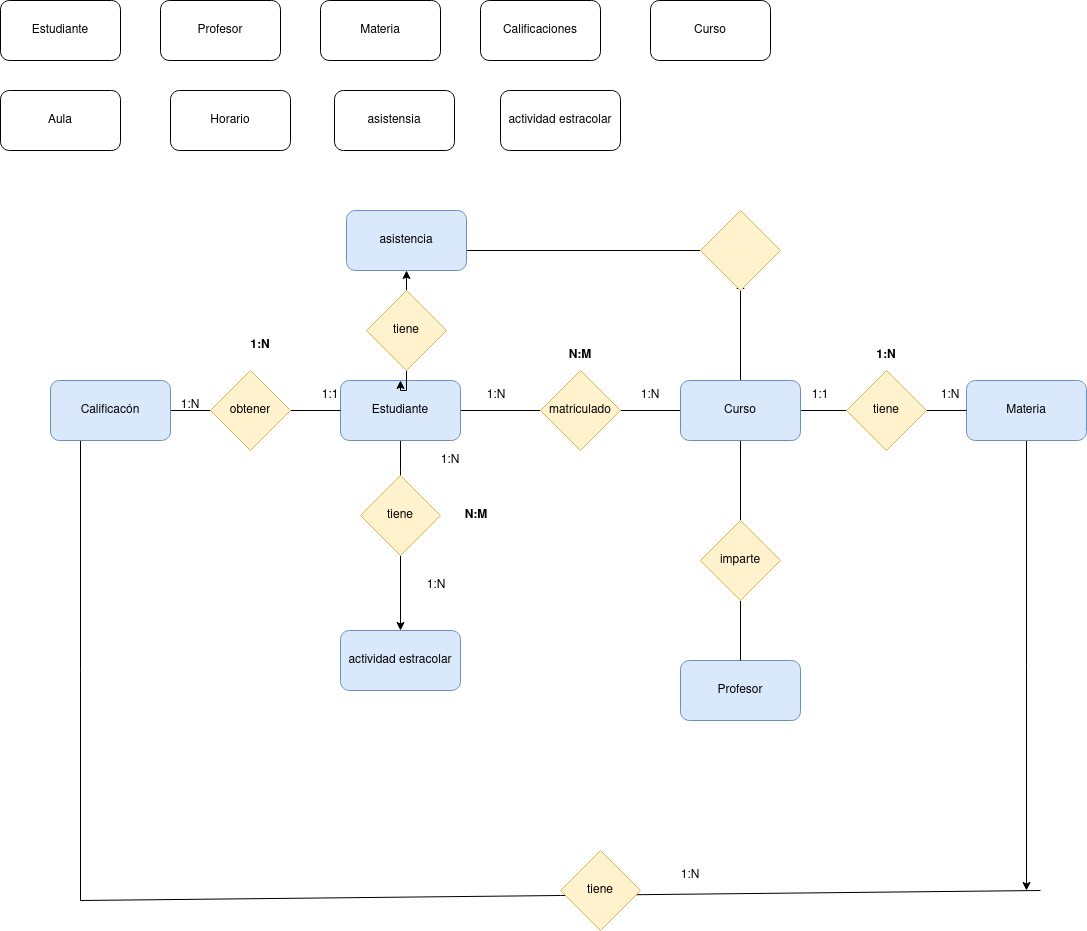
Above: Unidad1/tareas/tarea2/Diagrama sin título.drawio.png in lalayond/base-datos- (draw.io), before the change. Source tidied: cells renumbered, new cells last; positions are measured from the earlier drawing's top-left corner, leaving out a move shared by most shapes.
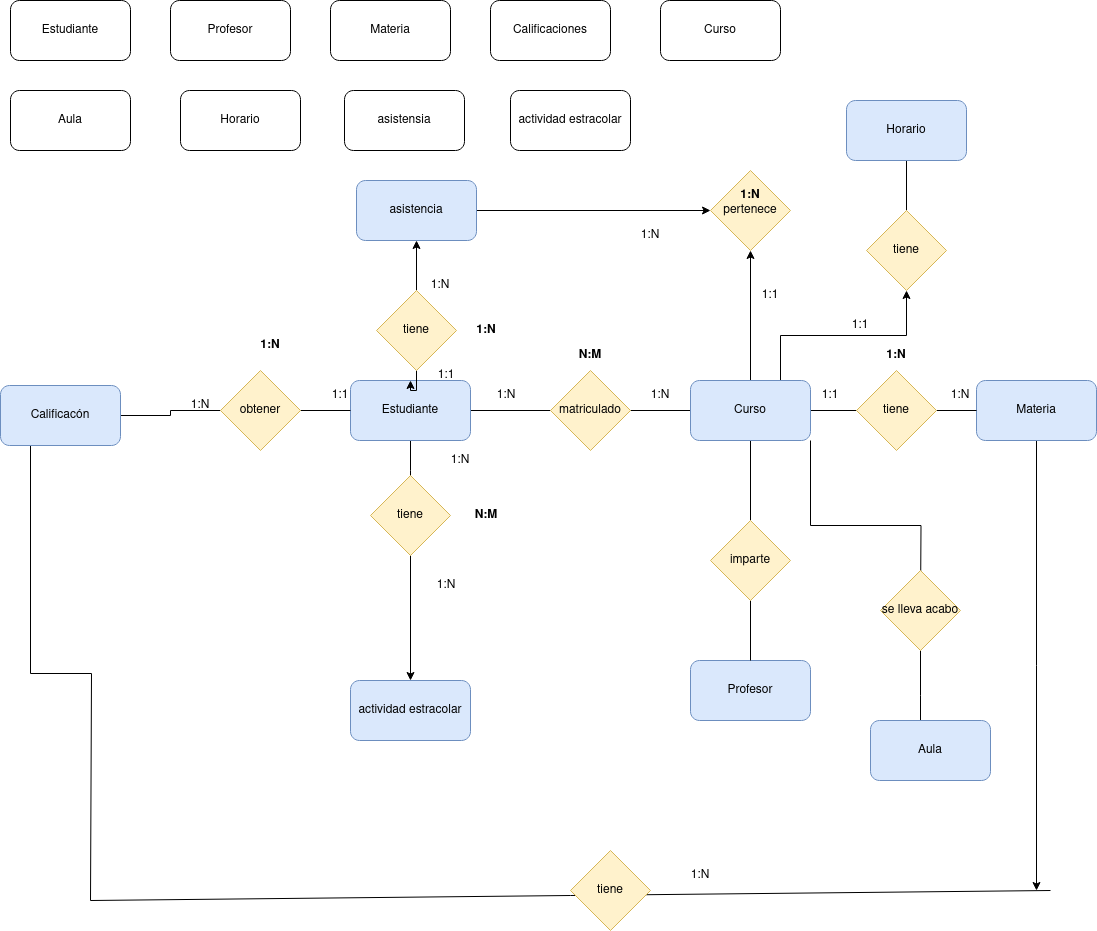
After the change.

Change to the diagram source:
```diff
@@ -20,10 +20,14 @@
     <mxCell id="7" style="edgeStyle=orthogonalEdgeStyle;rounded=0;jettySize=auto;html=1;exitX=0.25;exitY=1;exitDx=0;exitDy=0;endArrow=none;endFill=0;" parent="1" edge="1" source="8">
       <mxGeometry relative="1" as="geometry">
         <mxPoint x="80" y="900" as="targetPoint" />
+        <Array as="points">
+          <mxPoint x="20" y="673" />
+          <mxPoint x="81" y="673" />
+        </Array>
       </mxGeometry>
     </mxCell>
     <mxCell id="8" value="Calificacón" style="rounded=1;whiteSpace=wrap;html=1;fillColor=#dae8fc;strokeColor=#6c8ebf;" parent="1" vertex="1">
-      <mxGeometry x="50" y="380" width="120" height="60" as="geometry" />
+      <mxGeometry x="-10" y="385" width="120" height="60" as="geometry" />
     </mxCell>
     <mxCell id="9" style="edgeStyle=orthogonalEdgeStyle;rounded=0;jettySize=auto;html=1;exitX=1;exitY=0.5;exitDx=0;exitDy=0;entryX=0;entryY=0.5;entryDx=0;entryDy=0;endArrow=none;endFill=0;" parent="1" edge="1" source="11" target="17">
       <mxGeometry relative="1" as="geometry" />
@@ -54,14 +58,20 @@
     <mxCell id="17" value="matriculado" style="rhombus;whiteSpace=wrap;html=1;fillColor=#fff2cc;strokeColor=#d6b656;" parent="1" vertex="1">
       <mxGeometry x="540" y="370" width="80" height="80" as="geometry" />
     </mxCell>
-    <mxCell id="18" style="edgeStyle=orthogonalEdgeStyle;rounded=0;jettySize=auto;html=1;exitX=0.5;exitY=0;exitDx=0;exitDy=0;" parent="1" edge="1" source="20">
-      <mxGeometry relative="1" as="geometry">
-        <mxPoint x="740" y="280" as="targetPoint" />
-      </mxGeometry>
-    </mxCell>
     <mxCell id="19" style="edgeStyle=orthogonalEdgeStyle;rounded=0;jettySize=auto;html=1;exitX=1;exitY=0.5;exitDx=0;exitDy=0;entryX=0;entryY=0.5;entryDx=0;entryDy=0;endArrow=none;endFill=0;" parent="1" edge="1" source="20" target="37">
       <mxGeometry relative="1" as="geometry" />
     </mxCell>
+    <mxCell id="56" style="edgeStyle=orthogonalEdgeStyle;rounded=0;jettySize=auto;html=1;exitX=0.5;exitY=0;exitDx=0;exitDy=0;entryX=0.5;entryY=1;entryDx=0;entryDy=0;" parent="1" edge="1" source="20" target="33">
+      <mxGeometry relative="1" as="geometry" />
+    </mxCell>
+    <mxCell id="57" style="edgeStyle=orthogonalEdgeStyle;rounded=0;jettySize=auto;html=1;exitX=0.75;exitY=0;exitDx=0;exitDy=0;" parent="1" edge="1" source="20" target="66">
+      <mxGeometry relative="1" as="geometry" />
+    </mxCell>
+    <mxCell id="58" style="edgeStyle=orthogonalEdgeStyle;rounded=0;jettySize=auto;html=1;exitX=1;exitY=1;exitDx=0;exitDy=0;" parent="1" edge="1" source="20">
+      <mxGeometry relative="1" as="geometry">
+        <mxPoint x="910" y="610" as="targetPoint" />
+      </mxGeometry>
+    </mxCell>
     <mxCell id="20" value="Curso" style="rounded=1;whiteSpace=wrap;html=1;fillColor=#dae8fc;strokeColor=#6c8ebf;" parent="1" vertex="1">
       <mxGeometry x="680" y="380" width="120" height="60" as="geometry" />
     </mxCell>
@@ -71,15 +81,11 @@
     <mxCell id="22" value="obtener" style="rhombus;whiteSpace=wrap;html=1;fillColor=#fff2cc;strokeColor=#d6b656;" parent="1" vertex="1">
       <mxGeometry x="210" y="370" width="80" height="80" as="geometry" />
     </mxCell>
-    <mxCell id="23" style="edgeStyle=orthogonalEdgeStyle;rounded=0;jettySize=auto;html=1;exitX=1;exitY=0.5;exitDx=0;exitDy=0;endArrow=none;endFill=0;" parent="1" edge="1" source="24" target="33">
-      <mxGeometry relative="1" as="geometry">
-        <Array as="points">
-          <mxPoint x="466" y="250" />
-        </Array>
-      </mxGeometry>
+    <mxCell id="23" style="edgeStyle=orthogonalEdgeStyle;rounded=0;jettySize=auto;html=1;exitX=1;exitY=0.5;exitDx=0;exitDy=0;" parent="1" edge="1" source="24" target="33">
+      <mxGeometry relative="1" as="geometry" />
     </mxCell>
     <mxCell id="24" value="asistencia" style="rounded=1;whiteSpace=wrap;html=1;fillColor=#dae8fc;strokeColor=#6c8ebf;" parent="1" vertex="1">
-      <mxGeometry x="346" y="210" width="120" height="60" as="geometry" />
+      <mxGeometry x="346" y="180" width="120" height="60" as="geometry" />
     </mxCell>
     <mxCell id="25" value="Aula" style="rounded=1;whiteSpace=wrap;html=1;" parent="1" vertex="1">
       <mxGeometry y="90" width="120" height="60" as="geometry" />
@@ -105,8 +111,8 @@
     <mxCell id="32" value="tiene" style="rhombus;whiteSpace=wrap;html=1;fillColor=#fff2cc;strokeColor=#d6b656;" parent="1" vertex="1">
       <mxGeometry x="366" y="290" width="80" height="80" as="geometry" />
     </mxCell>
-    <mxCell id="33" style="rhombus;whiteSpace=wrap;html=1;fillColor=#fff2cc;strokeColor=#d6b656;" parent="1" vertex="1">
-      <mxGeometry x="700" y="210" width="80" height="80" as="geometry" />
+    <mxCell id="33" value="pertenece" style="rhombus;whiteSpace=wrap;html=1;fillColor=#fff2cc;strokeColor=#d6b656;" parent="1" vertex="1">
+      <mxGeometry x="700" y="170" width="80" height="80" as="geometry" />
     </mxCell>
     <mxCell id="34" style="edgeStyle=orthogonalEdgeStyle;rounded=0;jettySize=auto;html=1;exitX=0.5;exitY=1;exitDx=0;exitDy=0;" parent="1" edge="1" source="35">
       <mxGeometry relative="1" as="geometry">
@@ -132,7 +138,7 @@
       <mxGeometry x="550" y="340" width="60" height="30" as="geometry" />
     </mxCell>
     <mxCell id="41" value="actividad estracolar" style="rounded=1;whiteSpace=wrap;html=1;fillColor=#dae8fc;strokeColor=#6c8ebf;" parent="1" vertex="1">
-      <mxGeometry x="340" y="630" width="120" height="60" as="geometry" />
+      <mxGeometry x="340" y="680" width="120" height="60" as="geometry" />
     </mxCell>
     <mxCell id="42" style="edgeStyle=orthogonalEdgeStyle;rounded=0;jettySize=auto;html=1;exitX=0.5;exitY=1;exitDx=0;exitDy=0;" parent="1" edge="1" source="43" target="41">
       <mxGeometry relative="1" as="geometry" />
@@ -179,5 +185,48 @@
     <mxCell id="55" value="1:N" style="text;html=1;strokeColor=none;fillColor=none;align=center;verticalAlign=middle;whiteSpace=wrap;rounded=0;" parent="1" vertex="1">
       <mxGeometry x="660" y="860" width="60" height="30" as="geometry" />
     </mxCell>
+    <mxCell id="59" value="1:1" style="text;html=1;strokeColor=none;fillColor=none;align=center;verticalAlign=middle;whiteSpace=wrap;rounded=0;" parent="1" vertex="1">
+      <mxGeometry x="406" y="360" width="60" height="30" as="geometry" />
+    </mxCell>
+    <mxCell id="60" value="1:N" style="text;html=1;strokeColor=none;fillColor=none;align=center;verticalAlign=middle;whiteSpace=wrap;rounded=0;" parent="1" vertex="1">
+      <mxGeometry x="400" y="270" width="60" height="30" as="geometry" />
+    </mxCell>
+    <mxCell id="61" value="&lt;b&gt;1:N&lt;/b&gt;" style="text;html=1;strokeColor=none;fillColor=none;align=center;verticalAlign=middle;whiteSpace=wrap;rounded=0;" parent="1" vertex="1">
+      <mxGeometry x="446" y="315" width="60" height="30" as="geometry" />
+    </mxCell>
+    <mxCell id="62" value="1:1" style="text;html=1;strokeColor=none;fillColor=none;align=center;verticalAlign=middle;whiteSpace=wrap;rounded=0;" parent="1" vertex="1">
+      <mxGeometry x="730" y="280" width="60" height="30" as="geometry" />
+    </mxCell>
+    <mxCell id="63" value="1:N" style="text;html=1;strokeColor=none;fillColor=none;align=center;verticalAlign=middle;whiteSpace=wrap;rounded=0;" parent="1" vertex="1">
+      <mxGeometry x="610" y="220" width="60" height="30" as="geometry" />
+    </mxCell>
+    <mxCell id="64" value="&lt;b&gt;1:N&lt;/b&gt;" style="text;html=1;strokeColor=none;fillColor=none;align=center;verticalAlign=middle;whiteSpace=wrap;rounded=0;" parent="1" vertex="1">
+      <mxGeometry x="710" y="180" width="60" height="30" as="geometry" />
+    </mxCell>
+    <mxCell id="65" style="edgeStyle=orthogonalEdgeStyle;rounded=0;jettySize=auto;html=1;exitX=0.5;exitY=0;exitDx=0;exitDy=0;" parent="1" edge="1" source="66">
+      <mxGeometry relative="1" as="geometry">
+        <mxPoint x="896" y="140" as="targetPoint" />
+      </mxGeometry>
+    </mxCell>
+    <mxCell id="66" value="tiene" style="rhombus;whiteSpace=wrap;html=1;fillColor=#fff2cc;strokeColor=#d6b656;" parent="1" vertex="1">
+      <mxGeometry x="856" y="210" width="80" height="80" as="geometry" />
+    </mxCell>
+    <mxCell id="67" value="Horario" style="rounded=1;whiteSpace=wrap;html=1;fillColor=#dae8fc;strokeColor=#6c8ebf;" parent="1" vertex="1">
+      <mxGeometry x="836" y="100" width="120" height="60" as="geometry" />
+    </mxCell>
+    <mxCell id="68" value="1:1" style="text;html=1;strokeColor=none;fillColor=none;align=center;verticalAlign=middle;whiteSpace=wrap;rounded=0;" parent="1" vertex="1">
+      <mxGeometry x="820" y="310" width="60" height="30" as="geometry" />
+    </mxCell>
+    <mxCell id="69" style="edgeStyle=orthogonalEdgeStyle;rounded=0;jettySize=auto;html=1;exitX=0.5;exitY=1;exitDx=0;exitDy=0;" parent="1" edge="1" source="70">
+      <mxGeometry relative="1" as="geometry">
+        <mxPoint x="910" y="740" as="targetPoint" />
+      </mxGeometry>
+    </mxCell>
+    <mxCell id="70" value="se lleva acabo" style="rhombus;whiteSpace=wrap;html=1;fillColor=#fff2cc;strokeColor=#d6b656;" parent="1" vertex="1">
+      <mxGeometry x="870" y="570" width="80" height="80" as="geometry" />
+    </mxCell>
+    <mxCell id="71" value="Aula" style="rounded=1;whiteSpace=wrap;html=1;fillColor=#dae8fc;strokeColor=#6c8ebf;" parent="1" vertex="1">
+      <mxGeometry x="860" y="720" width="120" height="60" as="geometry" />
+    </mxCell>
   </root>
 </mxGraphModel>
```
